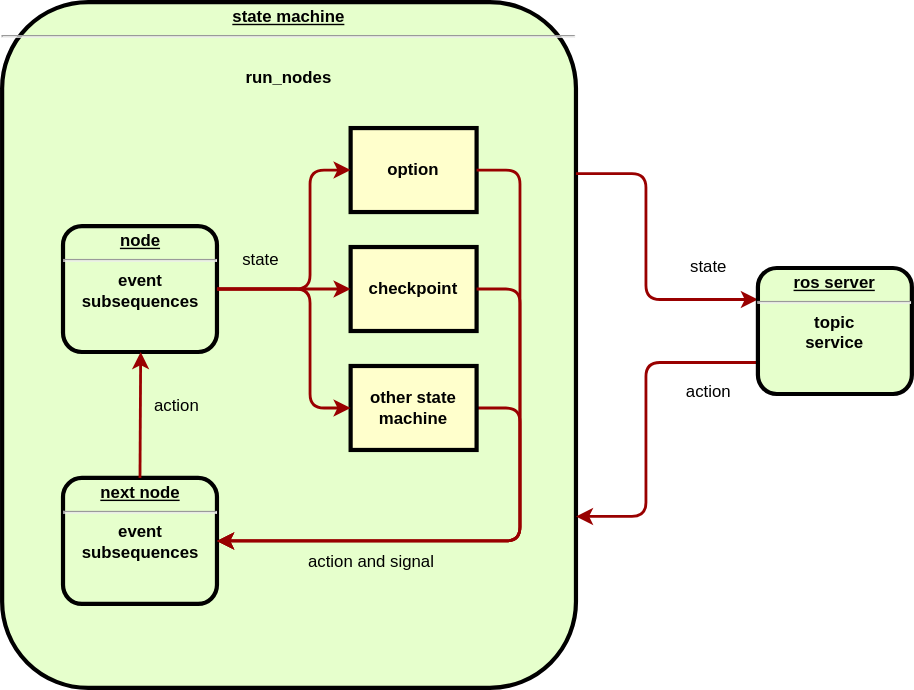
This is diagrams/state-machine.svg from Uyosen/assets, a draw.io export, as it was before one commit. Source tidied: cells renumbered, new cells last; positions are measured from the earlier drawing's top-left corner, leaving out a move shared by most shapes.
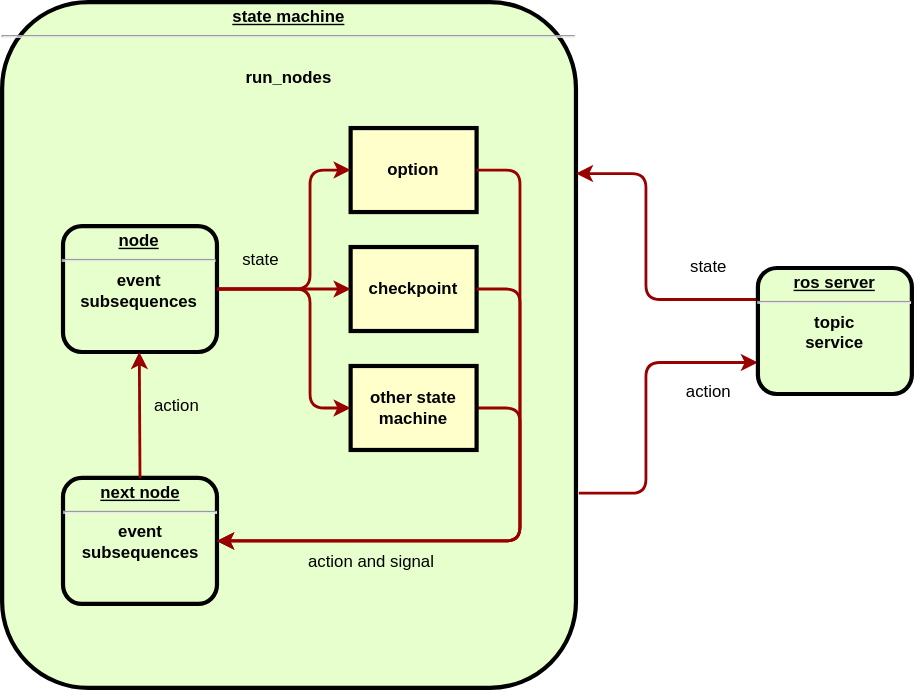
Above is the later version.

The edit, as a diff of the source:
```diff
@@ -48,7 +48,7 @@
         </Array>
       </mxGeometry>
     </mxCell>
-    <mxCell id="12" style="edgeStyle=elbowEdgeStyle;elbow=horizontal;strokeColor=#990000;strokeWidth=2;exitX=0;exitY=0.75;exitDx=0;exitDy=0;entryX=1;entryY=0.75;entryDx=0;entryDy=0;" parent="1" edge="1" source="22" target="2">
+    <mxCell id="12" style="edgeStyle=elbowEdgeStyle;elbow=horizontal;strokeColor=#990000;strokeWidth=2;entryX=0;entryY=0.75;entryDx=0;entryDy=0;exitX=1.005;exitY=0.716;exitDx=0;exitDy=0;exitPerimeter=0;" parent="1" edge="1" source="2" target="22">
       <mxGeometry relative="1" as="geometry">
         <Array as="points">
           <mxPoint x="460" y="310" />
@@ -71,7 +71,7 @@
         </Array>
       </mxGeometry>
     </mxCell>
-    <mxCell id="17" style="edgeStyle=elbowEdgeStyle;elbow=horizontal;strokeColor=#990000;strokeWidth=2;entryX=0;entryY=0.25;entryDx=0;entryDy=0;exitX=1;exitY=0.25;exitDx=0;exitDy=0;" parent="1" edge="1" source="2" target="22">
+    <mxCell id="17" style="edgeStyle=elbowEdgeStyle;elbow=horizontal;strokeColor=#990000;strokeWidth=2;exitX=0;exitY=0.25;exitDx=0;exitDy=0;entryX=1;entryY=0.25;entryDx=0;entryDy=0;" parent="1" edge="1" source="22" target="2">
       <mxGeometry relative="1" as="geometry">
         <Array as="points">
           <mxPoint x="460" y="170" />
```
